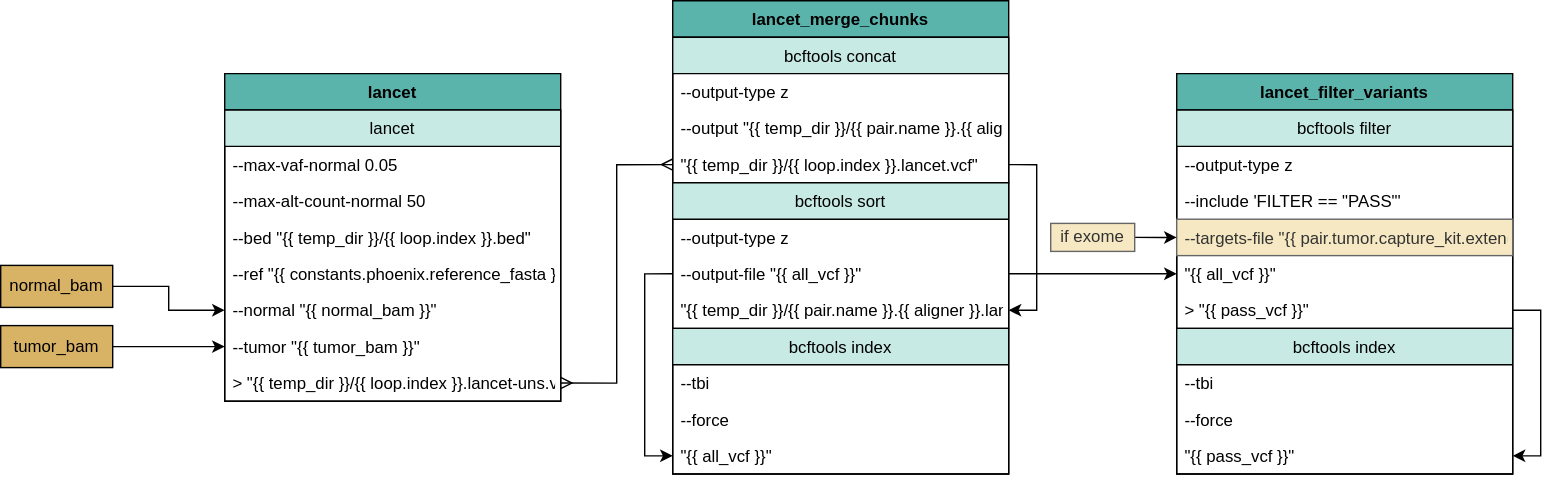
Before: docs/source/phoenix/workflows/embed/Somatic_Lancet.svg, a diagram exported from draw.io (bryce-turner/tgen-jetstream-docs). Source tidied: cells renumbered, new cells last; positions are measured from the earlier drawing's top-left corner, leaving out a move shared by most shapes.
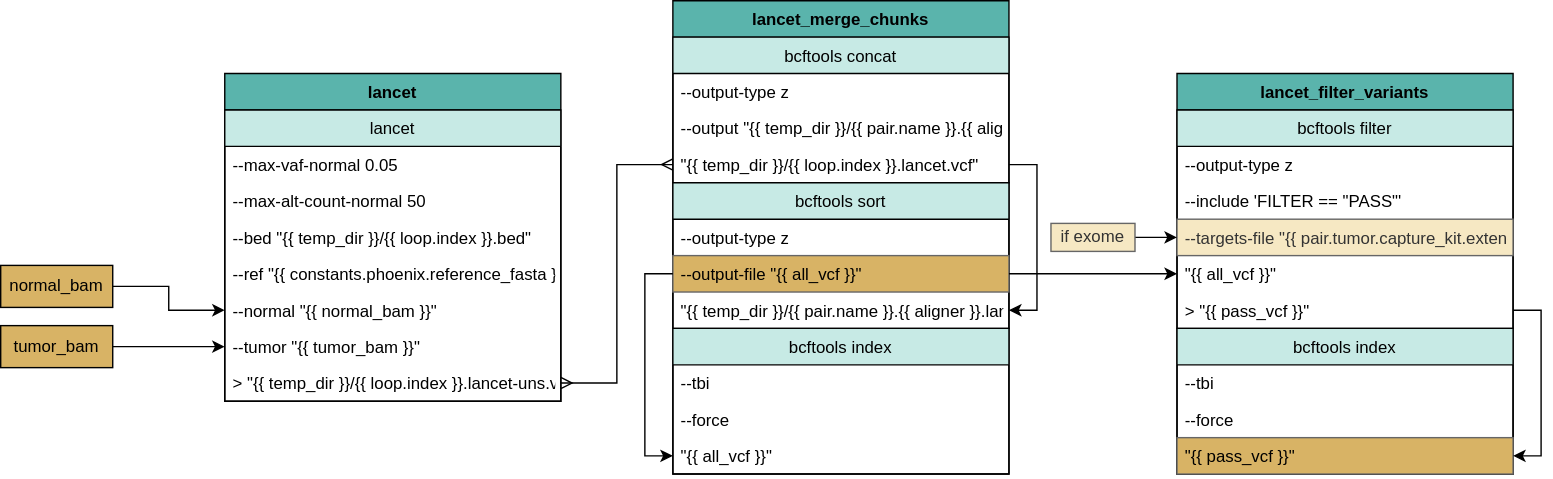
Later version of the same file.

Commit message:
Finalizing color scheme

What changed in the source:
```diff
@@ -62,7 +62,7 @@
     <mxCell id="21" value="--output-type z" style="text;strokeColor=none;fillColor=none;align=left;verticalAlign=top;spacingLeft=4;spacingRight=4;overflow=hidden;" parent="20" vertex="1">
       <mxGeometry y="26" width="240" height="26" as="geometry" />
     </mxCell>
-    <mxCell id="22" value="--output-file &quot;{{ all_vcf }}&quot;" style="text;strokeColor=none;fillColor=none;align=left;verticalAlign=top;spacingLeft=4;spacingRight=4;overflow=hidden;points=[[0,0.5],[1,0.5]];portConstraint=eastwest;" parent="20" vertex="1">
+    <mxCell id="22" value="--output-file &quot;{{ all_vcf }}&quot;" style="text;strokeColor=#666666;fillColor=#d8b365;align=left;verticalAlign=top;spacingLeft=4;spacingRight=4;overflow=hidden;points=[[0,0.5],[1,0.5]];portConstraint=eastwest;" parent="20" vertex="1">
       <mxGeometry y="52" width="240" height="26" as="geometry" />
     </mxCell>
     <mxCell id="23" value="&quot;{{ temp_dir }}/{{ pair.name }}.{{ aligner }}.lancet.all.uns.vcf.gz&quot;" style="text;strokeColor=none;fillColor=none;align=left;verticalAlign=top;spacingLeft=4;spacingRight=4;overflow=hidden;points=[[0,0.5],[1,0.5]];portConstraint=eastwest;" parent="20" vertex="1">
@@ -116,7 +116,7 @@
     <mxCell id="39" value="--force" style="text;strokeColor=none;fillColor=none;align=left;verticalAlign=top;spacingLeft=4;spacingRight=4;overflow=hidden;" parent="37" vertex="1">
       <mxGeometry y="52" width="240" height="26" as="geometry" />
     </mxCell>
-    <mxCell id="40" value="&quot;{{ pass_vcf }}&quot;" style="text;strokeColor=none;fillColor=none;align=left;verticalAlign=top;spacingLeft=4;spacingRight=4;overflow=hidden;points=[[0,0.5],[1,0.5]];portConstraint=eastwest;" parent="37" vertex="1">
+    <mxCell id="40" value="&quot;{{ pass_vcf }}&quot;" style="text;strokeColor=#666666;fillColor=#d8b365;align=left;verticalAlign=middle;spacingLeft=4;spacingRight=4;overflow=hidden;points=[[0,0.5],[1,0.5]];portConstraint=eastwest;perimeterSpacing=0;spacing=2;spacingBottom=0;" parent="37" vertex="1">
       <mxGeometry y="78" width="240" height="26" as="geometry" />
     </mxCell>
     <mxCell id="41" style="edgeStyle=orthogonalEdgeStyle;rounded=0;jettySize=auto;html=1;exitX=1;exitY=0.5;exitDx=0;exitDy=0;entryX=1;entryY=0.5;entryDx=0;entryDy=0;startArrow=none;startFill=0;endArrow=classic;endFill=1;" parent="30" edge="1" source="36" target="40">
```
